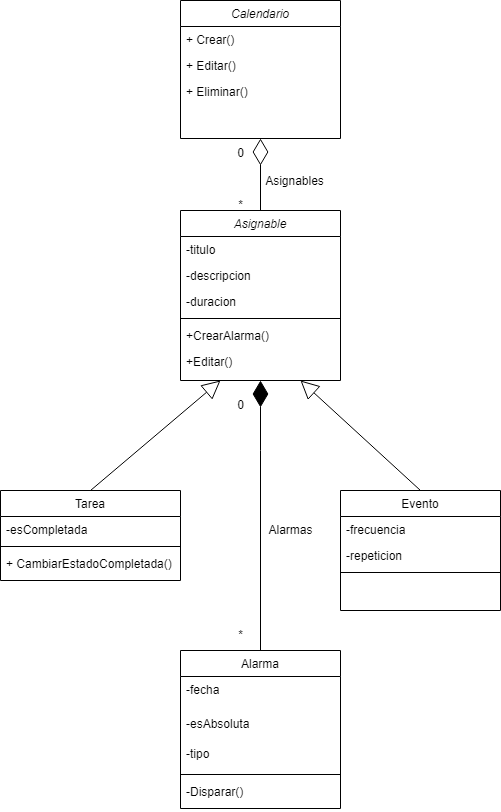
MelnikAndres/Algo3 keeps this draw.io diagram as DiagramaCalendario.png. Above is the earlier version. Source tidied: cells renumbered, new cells last; positions are measured from the earlier drawing's top-left corner, leaving out a move shared by most shapes. Its diagram source:
```xml
<mxGraphModel>
  <root>
    <mxCell id="0" />
    <mxCell id="1" parent="0" />
    <mxCell id="2" value="Calendario&#10;" style="swimlane;fontStyle=2;align=center;verticalAlign=top;horizontal=1;startSize=26;rounded=0;shadow=0;strokeWidth=1;" parent="1" vertex="1">
      <mxGeometry x="180" width="160" height="138" as="geometry" />
    </mxCell>
    <mxCell id="3" value="+ Crear()" style="text;align=left;verticalAlign=top;spacingLeft=4;spacingRight=4;overflow=hidden;" parent="2" vertex="1">
      <mxGeometry y="26" width="160" height="26" as="geometry" />
    </mxCell>
    <mxCell id="4" value="+ Editar()" style="text;align=left;verticalAlign=top;spacingLeft=4;spacingRight=4;overflow=hidden;" parent="2" vertex="1">
      <mxGeometry y="52" width="160" height="26" as="geometry" />
    </mxCell>
    <mxCell id="5" value="+ Eliminar()" style="text;align=left;verticalAlign=top;spacingLeft=4;spacingRight=4;overflow=hidden;" parent="2" vertex="1">
      <mxGeometry y="78" width="160" height="26" as="geometry" />
    </mxCell>
    <mxCell id="6" value="Tarea" style="swimlane;fontStyle=0;align=center;verticalAlign=top;horizontal=1;startSize=26;rounded=0;shadow=0;strokeWidth=1;" parent="1" vertex="1">
      <mxGeometry y="490" width="180" height="90" as="geometry" />
    </mxCell>
    <mxCell id="7" value="-esCompletada" style="text;align=left;verticalAlign=top;spacingLeft=4;spacingRight=4;overflow=hidden;" parent="6" vertex="1">
      <mxGeometry y="26" width="180" height="26" as="geometry" />
    </mxCell>
    <mxCell id="8" style="line;html=1;strokeWidth=1;align=left;verticalAlign=middle;spacingTop=-1;spacingLeft=3;spacingRight=3;labelPosition=right;" parent="6" vertex="1">
      <mxGeometry y="52" width="180" height="8" as="geometry" />
    </mxCell>
    <mxCell id="9" value="+ CambiarEstadoCompletada()" style="text;align=left;verticalAlign=top;spacingLeft=4;spacingRight=4;overflow=hidden;" parent="6" vertex="1">
      <mxGeometry y="60" width="180" height="26" as="geometry" />
    </mxCell>
    <mxCell id="10" value="Evento" style="swimlane;fontStyle=0;align=center;verticalAlign=top;horizontal=1;startSize=26;rounded=0;shadow=0;strokeWidth=1;" parent="1" vertex="1">
      <mxGeometry x="340" y="490" width="160" height="120" as="geometry" />
    </mxCell>
    <mxCell id="11" value="-frecuencia" style="text;align=left;verticalAlign=top;spacingLeft=4;spacingRight=4;overflow=hidden;" parent="10" vertex="1">
      <mxGeometry y="26" width="160" height="26" as="geometry" />
    </mxCell>
    <mxCell id="12" value="-repeticion" style="text;align=left;verticalAlign=top;spacingLeft=4;spacingRight=4;overflow=hidden;" parent="10" vertex="1">
      <mxGeometry y="52" width="160" height="26" as="geometry" />
    </mxCell>
    <mxCell id="13" style="line;html=1;strokeWidth=1;align=left;verticalAlign=middle;spacingTop=-1;spacingLeft=3;spacingRight=3;labelPosition=right;" parent="10" vertex="1">
      <mxGeometry y="78" width="160" height="8" as="geometry" />
    </mxCell>
    <mxCell id="14" value="Asignable" style="swimlane;fontStyle=2;align=center;verticalAlign=top;horizontal=1;startSize=26;rounded=0;shadow=0;strokeWidth=1;" parent="1" vertex="1">
      <mxGeometry x="180" y="210" width="160" height="170" as="geometry" />
    </mxCell>
    <mxCell id="15" value="-titulo" style="text;align=left;verticalAlign=top;spacingLeft=4;spacingRight=4;overflow=hidden;" parent="14" vertex="1">
      <mxGeometry y="26" width="160" height="26" as="geometry" />
    </mxCell>
    <mxCell id="16" value="-descripcion" style="text;align=left;verticalAlign=top;spacingLeft=4;spacingRight=4;overflow=hidden;rounded=0;shadow=0;html=0;" parent="14" vertex="1">
      <mxGeometry y="52" width="160" height="26" as="geometry" />
    </mxCell>
    <mxCell id="17" value="-duracion" style="text;align=left;verticalAlign=top;spacingLeft=4;spacingRight=4;overflow=hidden;rounded=0;shadow=0;html=0;" parent="14" vertex="1">
      <mxGeometry y="78" width="160" height="26" as="geometry" />
    </mxCell>
    <mxCell id="18" style="line;html=1;strokeWidth=1;align=left;verticalAlign=middle;spacingTop=-1;spacingLeft=3;spacingRight=3;labelPosition=right;" parent="14" vertex="1">
      <mxGeometry y="104" width="160" height="8" as="geometry" />
    </mxCell>
    <mxCell id="19" value="+CrearAlarma()" style="text;align=left;verticalAlign=top;spacingLeft=4;spacingRight=4;overflow=hidden;rounded=0;shadow=0;html=0;" parent="14" vertex="1">
      <mxGeometry y="112" width="160" height="26" as="geometry" />
    </mxCell>
    <mxCell id="20" value="+Editar()" style="text;align=left;verticalAlign=top;spacingLeft=4;spacingRight=4;overflow=hidden;rounded=0;shadow=0;html=0;" parent="14" vertex="1">
      <mxGeometry y="138" width="160" height="26" as="geometry" />
    </mxCell>
    <mxCell id="21" style="endArrow=diamondThin;endFill=0;endSize=24;html=1;rounded=0;exitX=0.5;exitY=0;exitDx=0;exitDy=0;entryX=0.5;entryY=1;entryDx=0;entryDy=0;" parent="1" edge="1" source="14" target="2">
      <mxGeometry relative="1" as="geometry" />
    </mxCell>
    <mxCell id="22" value="0" style="text;html=1;align=center;verticalAlign=middle;strokeColor=none;fillColor=none;" parent="1" vertex="1">
      <mxGeometry x="225" y="138" width="30" height="30" as="geometry" />
    </mxCell>
    <mxCell id="23" value="*" style="text;html=1;align=center;verticalAlign=middle;strokeColor=none;fillColor=none;" parent="1" vertex="1">
      <mxGeometry x="225" y="190" width="30" height="30" as="geometry" />
    </mxCell>
    <mxCell id="24" value="Asignables" style="text;html=1;align=center;verticalAlign=middle;strokeColor=none;fillColor=none;" parent="1" vertex="1">
      <mxGeometry x="254" y="166" width="80" height="30" as="geometry" />
    </mxCell>
    <mxCell id="25" style="endArrow=block;endSize=16;endFill=0;html=1;rounded=0;exitX=0.5;exitY=0;exitDx=0;exitDy=0;entryX=0.25;entryY=1;entryDx=0;entryDy=0;" parent="1" edge="1" source="6" target="14">
      <mxGeometry relative="1" as="geometry" />
    </mxCell>
    <mxCell id="26" style="endArrow=block;endSize=16;endFill=0;html=1;rounded=0;entryX=0.75;entryY=1;entryDx=0;entryDy=0;exitX=0.5;exitY=0;exitDx=0;exitDy=0;" parent="1" edge="1" source="10" target="14">
      <mxGeometry relative="1" as="geometry" />
    </mxCell>
    <mxCell id="27" style="endArrow=diamondThin;endFill=1;endSize=24;html=1;rounded=0;exitX=0.5;exitY=0;exitDx=0;exitDy=0;entryX=0.5;entryY=1;entryDx=0;entryDy=0;" parent="1" edge="1" source="28" target="14">
      <mxGeometry relative="1" as="geometry">
        <Array as="points">
          <mxPoint x="260" y="450" />
        </Array>
      </mxGeometry>
    </mxCell>
    <mxCell id="28" value="Alarma" style="swimlane;fontStyle=0;align=center;verticalAlign=top;horizontal=1;startSize=26;rounded=0;shadow=0;strokeWidth=1;" parent="1" vertex="1">
      <mxGeometry x="180" y="650" width="160" height="158" as="geometry" />
    </mxCell>
    <mxCell id="29" value="-fecha" style="text;align=left;verticalAlign=top;spacingLeft=4;spacingRight=4;overflow=hidden;" parent="28" vertex="1">
      <mxGeometry y="26" width="160" height="34" as="geometry" />
    </mxCell>
    <mxCell id="30" value="-esAbsoluta" style="text;align=left;verticalAlign=top;spacingLeft=4;spacingRight=4;overflow=hidden;" parent="28" vertex="1">
      <mxGeometry y="60" width="160" height="30" as="geometry" />
    </mxCell>
    <mxCell id="31" value="-tipo" style="text;align=left;verticalAlign=top;spacingLeft=4;spacingRight=4;overflow=hidden;" parent="28" vertex="1">
      <mxGeometry y="90" width="160" height="30" as="geometry" />
    </mxCell>
    <mxCell id="32" style="line;html=1;strokeWidth=1;align=left;verticalAlign=middle;spacingTop=-1;spacingLeft=3;spacingRight=3;labelPosition=right;" parent="28" vertex="1">
      <mxGeometry y="120" width="160" height="8" as="geometry" />
    </mxCell>
    <mxCell id="33" value="-Disparar()" style="text;align=left;verticalAlign=top;spacingLeft=4;spacingRight=4;overflow=hidden;" parent="28" vertex="1">
      <mxGeometry y="128" width="160" height="30" as="geometry" />
    </mxCell>
    <mxCell id="34" value="0" style="text;html=1;align=center;verticalAlign=middle;strokeColor=none;fillColor=none;" parent="1" vertex="1">
      <mxGeometry x="225" y="390" width="30" height="30" as="geometry" />
    </mxCell>
    <mxCell id="35" value="*" style="text;html=1;align=center;verticalAlign=middle;strokeColor=none;fillColor=none;" parent="1" vertex="1">
      <mxGeometry x="225" y="620" width="30" height="30" as="geometry" />
    </mxCell>
    <mxCell id="36" value="Alarmas" style="text;html=1;align=center;verticalAlign=middle;strokeColor=none;fillColor=none;" parent="1" vertex="1">
      <mxGeometry x="255" y="515" width="70" height="30" as="geometry" />
    </mxCell>
  </root>
</mxGraphModel>
```
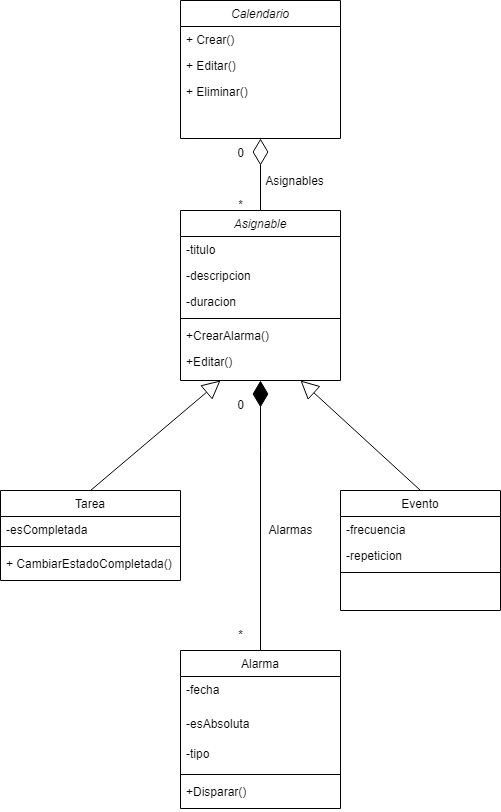
After the change.

Commit message:
Diagrama Inicial

Primer diagrama de una posible implementación de las clases.
CORRECCION: Disparar es ahora un método publico.

The edit, as a diff of the source:
```diff
@@ -99,7 +99,7 @@
     <mxCell id="32" style="line;html=1;strokeWidth=1;align=left;verticalAlign=middle;spacingTop=-1;spacingLeft=3;spacingRight=3;labelPosition=right;" parent="28" vertex="1">
       <mxGeometry y="120" width="160" height="8" as="geometry" />
     </mxCell>
-    <mxCell id="33" value="-Disparar()" style="text;align=left;verticalAlign=top;spacingLeft=4;spacingRight=4;overflow=hidden;" parent="28" vertex="1">
+    <mxCell id="33" value="+Disparar()" style="text;align=left;verticalAlign=top;spacingLeft=4;spacingRight=4;overflow=hidden;" parent="28" vertex="1">
       <mxGeometry y="128" width="160" height="30" as="geometry" />
     </mxCell>
     <mxCell id="34" value="0" style="text;html=1;align=center;verticalAlign=middle;strokeColor=none;fillColor=none;" parent="1" vertex="1">
```
